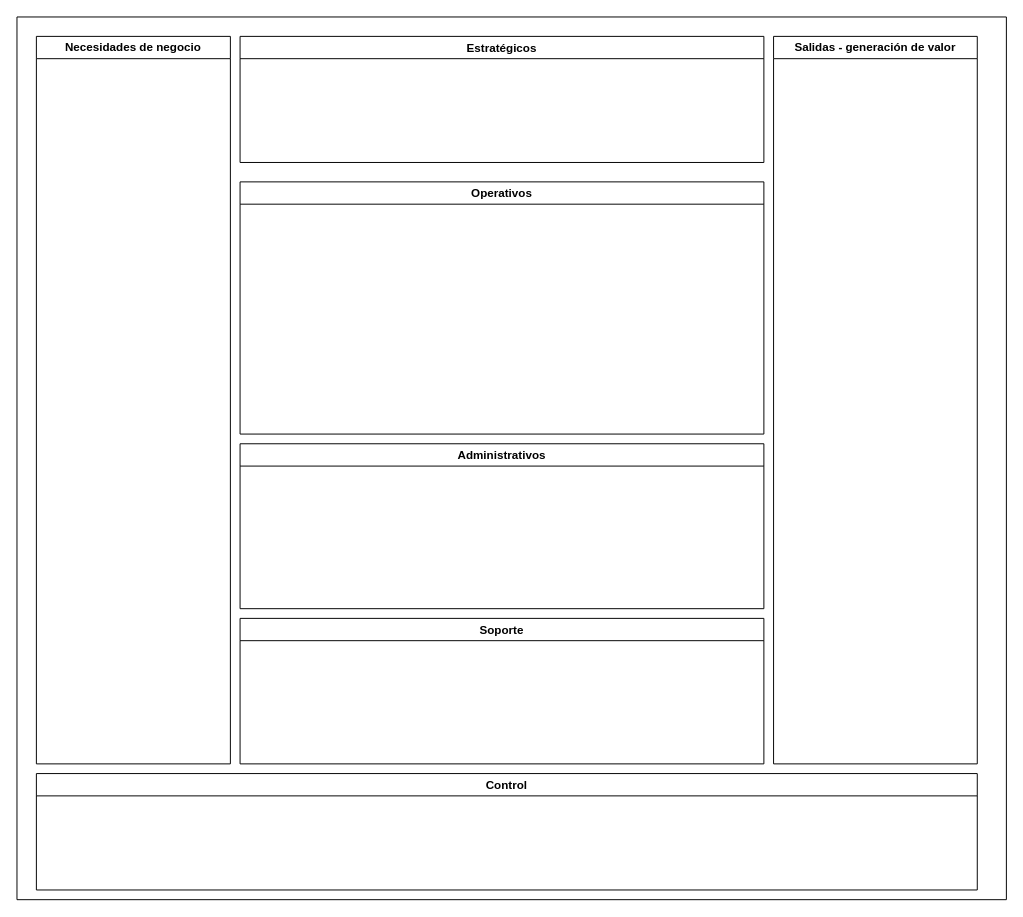
The draw.io diagram Manifesto.drawio in prtigofn/Dev2.0, before the edit. Source tidied: cells renumbered, new cells numbered last; positions are measured from the earlier drawing's top-left corner, leaving out a move shared by most shapes. Both pictures are drawn from the tidied source at 97%, with x=0, y=0 at pixel (16, 16).
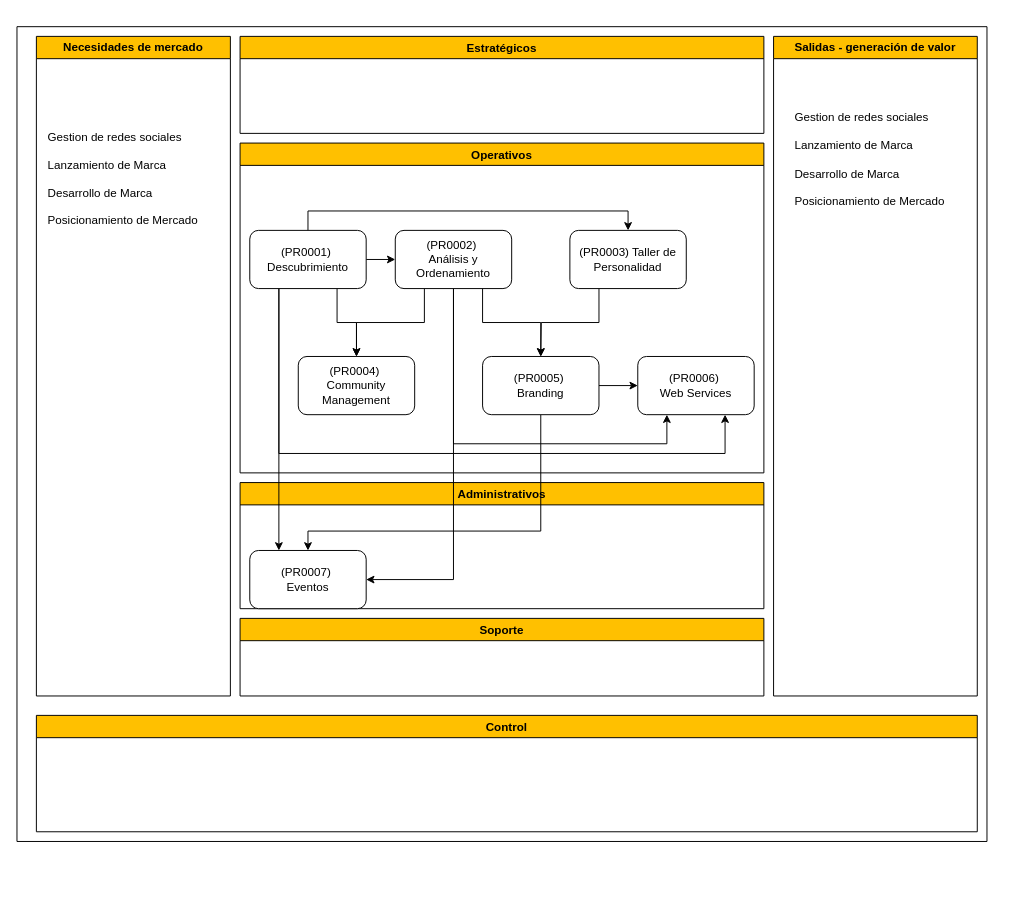
The same diagram, later.

Diff of the diagram source:
```diff
@@
-    <mxCell id="2" value="Necesidades de negocio" style="swimlane;whiteSpace=wrap;html=1;" parent="1" vertex="1">
-      <mxGeometry x="20" y="20" width="200" height="750" as="geometry" />
-    </mxCell>
-    <mxCell id="3" value="Salidas - generación de valor" style="swimlane;whiteSpace=wrap;html=1;" parent="1" vertex="1">
-      <mxGeometry x="780" y="20" width="210" height="750" as="geometry" />
+    <mxCell id="3" value="Salidas - generación de valor" style="swimlane;whiteSpace=wrap;html=1;fillColor=#FFC000;fontColor=#000000;strokeColor=#000000;" parent="1" vertex="1">
+      <mxGeometry x="780" y="20" width="210" height="680" as="geometry" />
     </mxCell>
-    <mxCell id="4" value="Estratégicos" style="swimlane;" parent="1" vertex="1">
-      <mxGeometry x="230" y="20" width="540" height="130" as="geometry" />
+    <mxCell id="4" value="Estratégicos" style="swimlane;fillColor=#FFC000;" parent="1" vertex="1">
+      <mxGeometry x="230" y="20" width="540" height="100" as="geometry" />
     </mxCell>
-    <mxCell id="5" value="Administrativos" style="swimlane;" parent="1" vertex="1">
-      <mxGeometry x="230" y="440" width="540" height="170" as="geometry" />
+    <mxCell id="5" value="Administrativos" style="swimlane;fillColor=#FFC000;" parent="1" vertex="1">
+      <mxGeometry x="230" y="480" width="540" height="130" as="geometry" />
     </mxCell>
-    <mxCell id="6" value="Operativos" style="swimlane;" parent="1" vertex="1">
-      <mxGeometry x="230" y="170" width="540" height="260" as="geometry" />
+    <mxCell id="6" value="Operativos" style="swimlane;fillColor=#FFC000;" parent="1" vertex="1">
+      <mxGeometry x="230" y="130" width="540" height="340" as="geometry" />
     </mxCell>
+    <mxCell id="9" style="swimlane;startSize=0;" parent="1" vertex="1">
+      <mxGeometry y="10" width="1000" height="840" as="geometry" />
+    </mxCell>
+    <mxCell id="10" style="edgeStyle=orthogonalEdgeStyle;rounded=0;jettySize=auto;html=1;exitX=1;exitY=0.5;exitDx=0;exitDy=0;entryX=0;entryY=0.5;entryDx=0;entryDy=0;" parent="9" edge="1" source="15" target="23">
+      <mxGeometry relative="1" as="geometry" />
+    </mxCell>
+    <mxCell id="11" style="edgeStyle=orthogonalEdgeStyle;rounded=0;jettySize=auto;html=1;exitX=0.5;exitY=0;exitDx=0;exitDy=0;entryX=0.5;entryY=0;entryDx=0;entryDy=0;" parent="9" edge="1" source="15" target="26">
+      <mxGeometry relative="1" as="geometry" />
+    </mxCell>
+    <mxCell id="12" style="edgeStyle=orthogonalEdgeStyle;rounded=0;jettySize=auto;html=1;exitX=0.75;exitY=1;exitDx=0;exitDy=0;" parent="9" edge="1" source="15" target="24">
+      <mxGeometry relative="1" as="geometry" />
+    </mxCell>
+    <mxCell id="13" style="edgeStyle=orthogonalEdgeStyle;rounded=0;jettySize=auto;html=1;exitX=0.25;exitY=1;exitDx=0;exitDy=0;entryX=0.75;entryY=1;entryDx=0;entryDy=0;" parent="9" edge="1" source="15" target="28">
+      <mxGeometry relative="1" as="geometry">
+        <Array as="points">
+          <mxPoint x="270" y="440" />
+          <mxPoint x="730" y="440" />
+        </Array>
+      </mxGeometry>
+    </mxCell>
+    <mxCell id="14" style="edgeStyle=orthogonalEdgeStyle;rounded=0;jettySize=auto;html=1;exitX=0.25;exitY=1;exitDx=0;exitDy=0;entryX=0.25;entryY=0;entryDx=0;entryDy=0;" parent="9" edge="1" source="15" target="27">
+      <mxGeometry relative="1" as="geometry" />
+    </mxCell>
+    <mxCell id="15" value="(PR0001)&amp;nbsp;&lt;div&gt;&lt;span style=&quot;background-color: initial;&quot;&gt;Descubrimiento&lt;/span&gt;&lt;/div&gt;" style="rounded=1;html=1;whiteSpace=wrap;" parent="9" vertex="1">
+      <mxGeometry x="240" y="210" width="120" height="60" as="geometry" />
+    </mxCell>
+    <mxCell id="16" style="edgeStyle=orthogonalEdgeStyle;rounded=0;jettySize=auto;html=1;exitX=1;exitY=0.5;exitDx=0;exitDy=0;entryX=0;entryY=0.5;entryDx=0;entryDy=0;" parent="9" edge="1" source="18" target="28">
+      <mxGeometry relative="1" as="geometry" />
+    </mxCell>
+    <mxCell id="17" style="edgeStyle=orthogonalEdgeStyle;rounded=0;jettySize=auto;html=1;exitX=0.5;exitY=1;exitDx=0;exitDy=0;entryX=0.5;entryY=0;entryDx=0;entryDy=0;" parent="9" edge="1" source="18" target="27">
+      <mxGeometry relative="1" as="geometry">
+        <Array as="points">
+          <mxPoint x="540" y="520" />
+          <mxPoint x="300" y="520" />
+        </Array>
+      </mxGeometry>
+    </mxCell>
+    <mxCell id="18" value="(PR0005)&amp;nbsp;&lt;div&gt;&lt;span style=&quot;background-color: initial;&quot;&gt;Branding&lt;/span&gt;&lt;/div&gt;" style="rounded=1;html=1;whiteSpace=wrap;" parent="9" vertex="1">
+      <mxGeometry x="480" y="340" width="120" height="60" as="geometry" />
+    </mxCell>
+    <mxCell id="19" style="edgeStyle=orthogonalEdgeStyle;rounded=0;jettySize=auto;html=1;exitX=0.25;exitY=1;exitDx=0;exitDy=0;entryX=0.5;entryY=0;entryDx=0;entryDy=0;" parent="9" edge="1" source="23" target="24">
+      <mxGeometry relative="1" as="geometry" />
+    </mxCell>
+    <mxCell id="20" style="edgeStyle=orthogonalEdgeStyle;rounded=0;jettySize=auto;html=1;exitX=0.75;exitY=1;exitDx=0;exitDy=0;entryX=0.5;entryY=0;entryDx=0;entryDy=0;" parent="9" edge="1" source="23" target="18">
+      <mxGeometry relative="1" as="geometry" />
+    </mxCell>
+    <mxCell id="21" style="edgeStyle=orthogonalEdgeStyle;rounded=0;jettySize=auto;html=1;exitX=0.5;exitY=1;exitDx=0;exitDy=0;entryX=0.25;entryY=1;entryDx=0;entryDy=0;" parent="9" edge="1" source="23" target="28">
+      <mxGeometry relative="1" as="geometry">
+        <Array as="points">
+          <mxPoint x="450" y="430" />
+          <mxPoint x="670" y="430" />
+        </Array>
+      </mxGeometry>
+    </mxCell>
+    <mxCell id="22" style="edgeStyle=orthogonalEdgeStyle;rounded=0;jettySize=auto;html=1;exitX=0.5;exitY=1;exitDx=0;exitDy=0;entryX=1;entryY=0.5;entryDx=0;entryDy=0;" parent="9" edge="1" source="23" target="27">
+      <mxGeometry relative="1" as="geometry" />
+    </mxCell>
+    <mxCell id="23" value="(PR0002)&amp;nbsp;&lt;div&gt;&lt;span style=&quot;background-color: initial;&quot;&gt;Análisis y Ordenamiento&lt;/span&gt;&lt;/div&gt;" style="rounded=1;html=1;whiteSpace=wrap;" parent="9" vertex="1">
+      <mxGeometry x="390" y="210" width="120" height="60" as="geometry" />
+    </mxCell>
+    <mxCell id="24" value="(PR0004)&amp;nbsp;&lt;div&gt;&lt;span style=&quot;background-color: initial;&quot;&gt;Community Management&lt;/span&gt;&lt;/div&gt;" style="rounded=1;html=1;whiteSpace=wrap;" parent="9" vertex="1">
+      <mxGeometry x="290" y="340" width="120" height="60" as="geometry" />
+    </mxCell>
+    <mxCell id="25" style="edgeStyle=orthogonalEdgeStyle;rounded=0;jettySize=auto;html=1;exitX=0.25;exitY=1;exitDx=0;exitDy=0;" parent="9" edge="1" source="26">
+      <mxGeometry relative="1" as="geometry">
+        <mxPoint x="540" y="340" as="targetPoint" />
+      </mxGeometry>
+    </mxCell>
+    <mxCell id="26" value="(PR0003) Taller de Personalidad" style="rounded=1;html=1;whiteSpace=wrap;" parent="9" vertex="1">
+      <mxGeometry x="570" y="210" width="120" height="60" as="geometry" />
+    </mxCell>
+    <mxCell id="27" value="(PR0007)&amp;nbsp;&lt;div&gt;Eventos&lt;/div&gt;" style="rounded=1;html=1;whiteSpace=wrap;" parent="9" vertex="1">
+      <mxGeometry x="240" y="540" width="120" height="60" as="geometry" />
+    </mxCell>
+    <mxCell id="28" value="(PR0006)&amp;nbsp;&lt;div&gt;Web Services&lt;/div&gt;" style="rounded=1;html=1;whiteSpace=wrap;" parent="9" vertex="1">
+      <mxGeometry x="640" y="340" width="120" height="60" as="geometry" />
+    </mxCell>
+    <mxCell id="29" value="Gestion de redes sociales&lt;div&gt;&lt;br&gt;&lt;/div&gt;&lt;div style=&quot;&quot;&gt;Lanzamiento de Marca&lt;/div&gt;&lt;div style=&quot;&quot;&gt;&lt;br&gt;&lt;/div&gt;&lt;div style=&quot;&quot;&gt;Desarrollo de Marca&lt;/div&gt;&lt;div style=&quot;&quot;&gt;&lt;br&gt;&lt;/div&gt;&lt;div style=&quot;&quot;&gt;Posicionamiento de Mercado&lt;/div&gt;" style="text;html=1;align=left;verticalAlign=top;whiteSpace=wrap;rounded=0;" parent="9" vertex="1">
+      <mxGeometry x="30" y="100" width="180" height="340" as="geometry" />
+    </mxCell>
+    <mxCell id="30" value="Gestion de redes sociales&lt;div&gt;&lt;br&gt;&lt;/div&gt;&lt;div style=&quot;&quot;&gt;Lanzamiento de Marca&lt;/div&gt;&lt;div style=&quot;&quot;&gt;&lt;br&gt;&lt;/div&gt;&lt;div style=&quot;&quot;&gt;Desarrollo de Marca&lt;/div&gt;&lt;div style=&quot;&quot;&gt;&lt;br&gt;&lt;/div&gt;&lt;div style=&quot;&quot;&gt;Posicionamiento de Mercado&lt;/div&gt;" style="text;html=1;align=left;verticalAlign=top;whiteSpace=wrap;rounded=0;" parent="9" vertex="1">
+      <mxGeometry x="800" y="80" width="180" height="340" as="geometry" />
+    </mxCell>
-    <mxCell id="7" value="Control" style="swimlane;" parent="1" vertex="1">
-      <mxGeometry x="20" y="780" width="970" height="120" as="geometry" />
+    <mxCell id="7" value="Control" style="swimlane;fillColor=#FFC000;" parent="9" vertex="1">
+      <mxGeometry x="20" y="710" width="970" height="120" as="geometry" />
     </mxCell>
-    <mxCell id="8" value="Soporte" style="swimlane;" parent="1" vertex="1">
-      <mxGeometry x="230" y="620" width="540" height="150" as="geometry" />
+    <mxCell id="8" value="Soporte" style="swimlane;fillColor=#FFC000;" parent="1" vertex="1">
+      <mxGeometry x="230" y="620" width="540" height="80" as="geometry" />
     </mxCell>
-    <mxCell id="9" style="swimlane;startSize=0;" parent="1" vertex="1">
-      <mxGeometry width="1020" height="910" as="geometry" />
-    </mxCell>
+    <mxCell id="31" value="Necesidades de mercado" style="swimlane;whiteSpace=wrap;html=1;fillColor=#FFC000;strokeColor=#000000;" parent="1" vertex="1">
+      <mxGeometry x="20" y="20" width="200" height="680" as="geometry" />
+    </mxCell>
```
